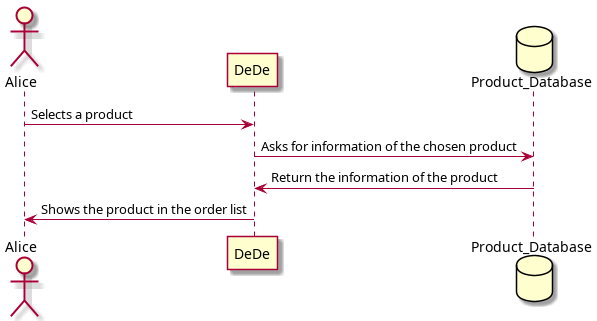
Arquisoft/dede_en1a keeps this PlantUML diagram as images/alice_order.png. Above is the earlier version.
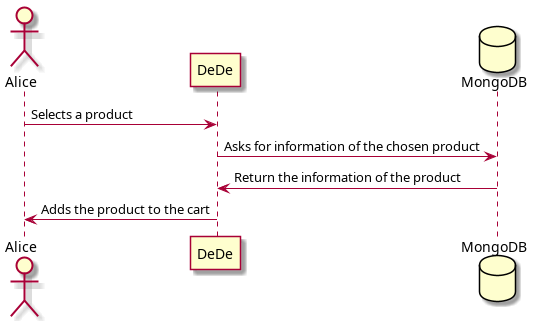
After the commit.

Diff of the diagram source:
```diff
@@ -1,9 +1,10 @@
 @startuml
 actor Alice
 participant DeDe
-database Product_Database
+database MongoDB
+
 Alice -> DeDe : Selects a product
-DeDe -> Product_Database : Asks for information of the chosen product
-DeDe <- Product_Database : Return the information of the product
-Alice <- DeDe : Shows the product in the order list
+DeDe -> MongoDB : Asks for information of the chosen product
+DeDe <- MongoDB : Return the information of the product
+Alice <- DeDe : Adds the product to the cart
 @enduml
```
